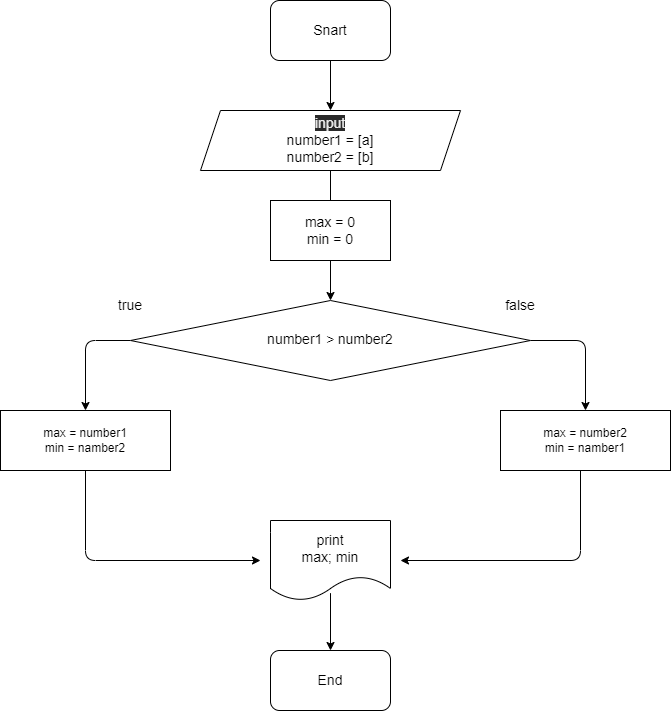
The draw.io diagram Examples/REPO/Exe001/diagram.drawio.png in VladimirVicPar/VladimirVicPar, before a commit. Source tidied: cells renumbered, new cells last; positions are measured from the earlier drawing's top-left corner, leaving out a move shared by most shapes.
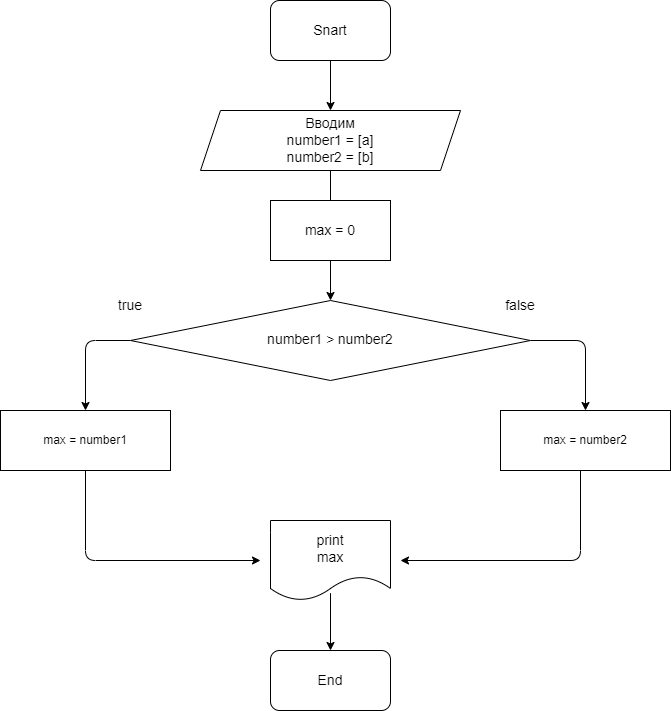
The same file after the commit.

Diff of the diagram source:
```diff
@@ -16,13 +16,13 @@
         </Array>
       </mxGeometry>
     </mxCell>
-    <mxCell id="5" value="max = number1&lt;br&gt;min = namber2" style="rounded=0;whiteSpace=wrap;html=1;" parent="1" vertex="1">
+    <mxCell id="5" value="max = number1" style="rounded=0;whiteSpace=wrap;html=1;" parent="1" vertex="1">
       <mxGeometry y="410" width="170" height="60" as="geometry" />
     </mxCell>
     <mxCell id="6" style="edgeStyle=none;html=1;fontSize=14;" parent="1" edge="1" source="7" target="10">
       <mxGeometry relative="1" as="geometry" />
     </mxCell>
-    <mxCell id="7" value="&lt;font style=&quot;font-size: 14px&quot;&gt;&lt;span style=&quot;color: rgb(240 , 240 , 240) ; font-family: &amp;#34;helvetica&amp;#34; ; font-style: normal ; font-weight: 400 ; letter-spacing: normal ; text-align: center ; text-indent: 0px ; text-transform: none ; word-spacing: 0px ; background-color: rgb(42 , 42 , 42) ; display: inline ; float: none&quot;&gt;input&lt;/span&gt;&lt;br&gt;number1 = [a]&lt;br&gt;number2 = [b]&lt;br&gt;&lt;/font&gt;" style="shape=parallelogram;perimeter=parallelogramPerimeter;whiteSpace=wrap;html=1;fixedSize=1;" parent="1" vertex="1">
+    <mxCell id="7" value="&lt;font style=&quot;font-size: 14px&quot;&gt;&lt;font face=&quot;helvetica&quot;&gt;Вводим&lt;/font&gt;&lt;br&gt;number1 = [a]&lt;br&gt;number2 = [b]&lt;br&gt;&lt;/font&gt;" style="shape=parallelogram;perimeter=parallelogramPerimeter;whiteSpace=wrap;html=1;fixedSize=1;" parent="1" vertex="1">
       <mxGeometry x="200" y="110" width="260" height="60" as="geometry" />
     </mxCell>
     <mxCell id="8" style="edgeStyle=orthogonalEdgeStyle;html=1;fontSize=14;entryX=0.5;entryY=0;entryDx=0;entryDy=0;" parent="1" edge="1" source="10" target="5">
@@ -42,7 +42,7 @@
     <mxCell id="10" value="number1 &amp;gt;&lt;sub&gt;&amp;nbsp;&lt;/sub&gt;number2" style="rhombus;whiteSpace=wrap;html=1;fontSize=14;" parent="1" vertex="1">
       <mxGeometry x="130" y="300" width="400" height="80" as="geometry" />
     </mxCell>
-    <mxCell id="11" value="max = 0&lt;br&gt;min = 0" style="rounded=0;whiteSpace=wrap;html=1;fontSize=14;" parent="1" vertex="1">
+    <mxCell id="11" value="max = 0" style="rounded=0;whiteSpace=wrap;html=1;fontSize=14;" parent="1" vertex="1">
       <mxGeometry x="270" y="200" width="120" height="60" as="geometry" />
     </mxCell>
     <mxCell id="12" style="edgeStyle=orthogonalEdgeStyle;html=1;fontSize=14;" parent="1" edge="1" source="13">
@@ -53,13 +53,13 @@
         </Array>
       </mxGeometry>
     </mxCell>
-    <mxCell id="13" value="max = number2&lt;br&gt;min = namber1" style="rounded=0;whiteSpace=wrap;html=1;" parent="1" vertex="1">
+    <mxCell id="13" value="max = number2" style="rounded=0;whiteSpace=wrap;html=1;" parent="1" vertex="1">
       <mxGeometry x="500" y="410" width="170" height="60" as="geometry" />
     </mxCell>
     <mxCell id="14" style="edgeStyle=orthogonalEdgeStyle;html=1;entryX=0.5;entryY=0;entryDx=0;entryDy=0;fontSize=14;exitX=0.5;exitY=0.908;exitDx=0;exitDy=0;exitPerimeter=0;" parent="1" edge="1" source="15" target="16">
       <mxGeometry relative="1" as="geometry" />
     </mxCell>
-    <mxCell id="15" value="print&lt;br&gt;maх; min" style="shape=document;whiteSpace=wrap;html=1;boundedLbl=1;fontSize=14;" parent="1" vertex="1">
+    <mxCell id="15" value="print&lt;br&gt;maх" style="shape=document;whiteSpace=wrap;html=1;boundedLbl=1;fontSize=14;" parent="1" vertex="1">
       <mxGeometry x="270" y="520" width="120" height="80" as="geometry" />
     </mxCell>
     <mxCell id="16" value="End" style="rounded=1;whiteSpace=wrap;html=1;fontSize=14;" parent="1" vertex="1">
```
